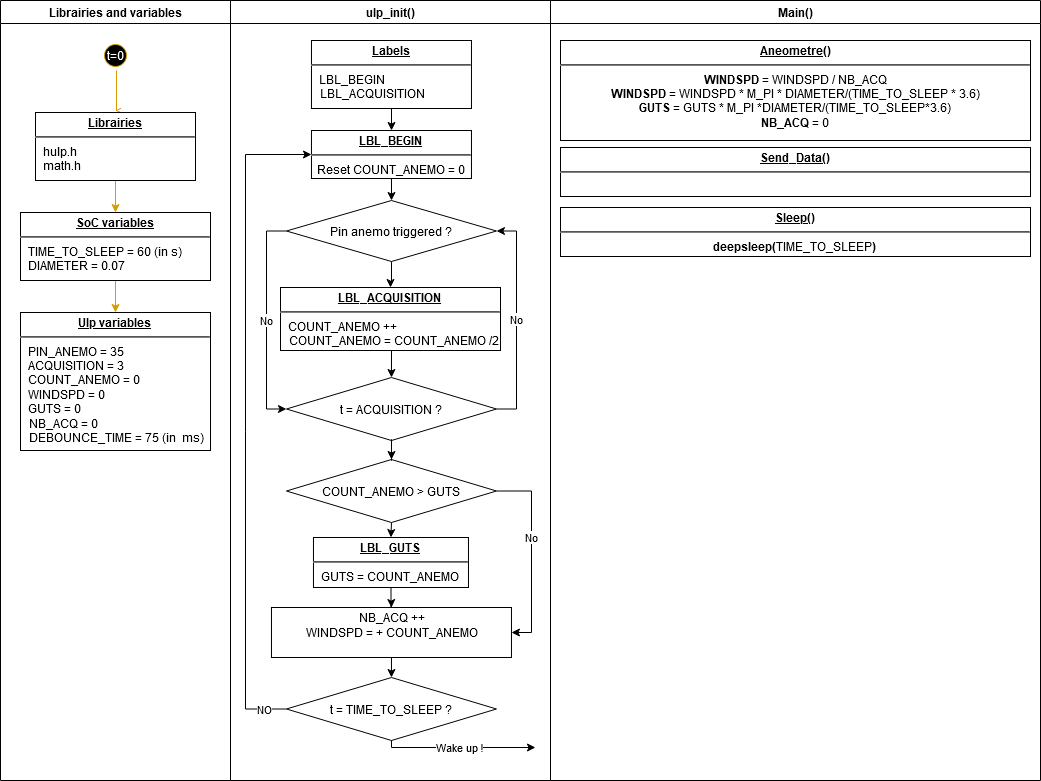
This is Anemometer_Diagram.png from laguill/Rain-gauge-ulp-esp32, a draw.io export, as it was before one commit. Source tidied: cells renumbered, new cells last; positions are measured from the earlier drawing's top-left corner, leaving out a move shared by most shapes.
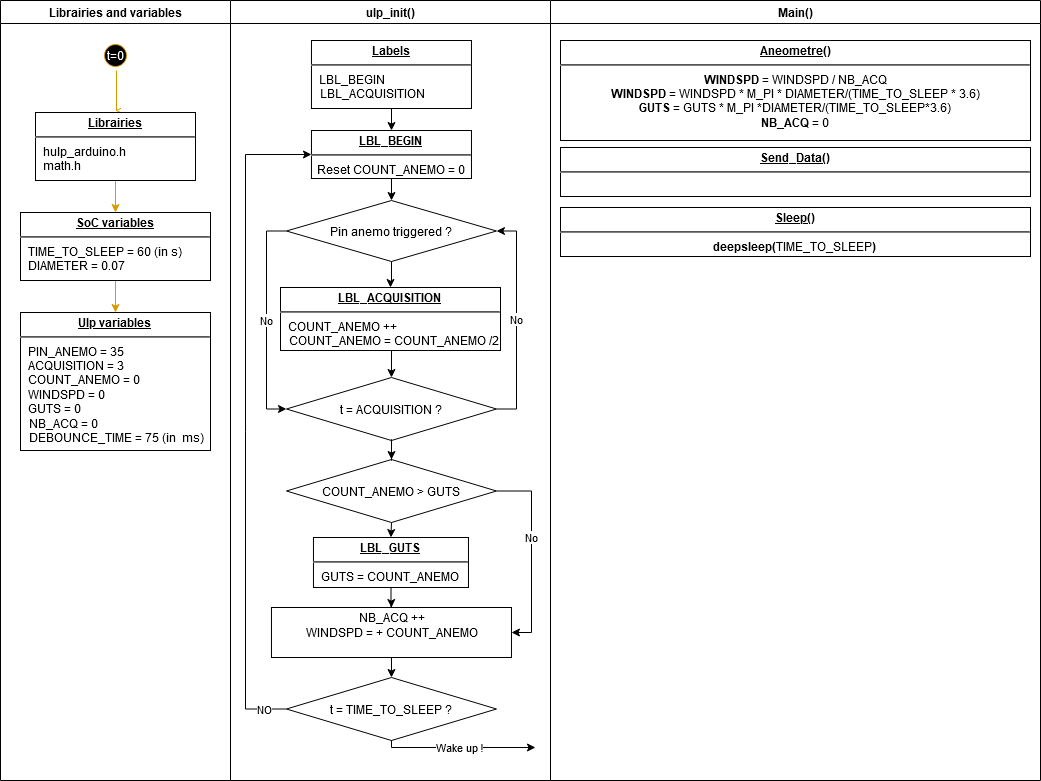
Later version of the same file.

The edit, as a diff of the source:
```diff
@@ -16,7 +16,7 @@
     <mxCell id="5" style="edgeStyle=orthogonalEdgeStyle;rounded=0;jettySize=auto;html=1;exitX=0.5;exitY=1;exitDx=0;exitDy=0;entryX=0.5;entryY=0;entryDx=0;entryDy=0;fontColor=#FFFFFF;fillColor=#ffe6cc;strokeColor=#D79B00;" parent="2" edge="1" source="6" target="8">
       <mxGeometry relative="1" as="geometry" />
     </mxCell>
-    <mxCell id="6" value="&lt;p style=&quot;margin: 0px ; margin-top: 4px ; text-align: center ; text-decoration: underline&quot;&gt;&lt;b&gt;Librairies&lt;/b&gt;&lt;br&gt;&lt;/p&gt;&lt;hr&gt;&lt;p style=&quot;margin: 0px ; margin-left: 8px&quot;&gt;hulp.h&lt;/p&gt;&lt;p style=&quot;margin: 0px ; margin-left: 8px&quot;&gt;math.h&lt;br&gt;&lt;/p&gt;&lt;p style=&quot;margin: 0px ; margin-left: 8px&quot;&gt;&lt;br&gt;&lt;/p&gt;" style="verticalAlign=top;align=left;overflow=fill;fontSize=12;fontFamily=Helvetica;html=1;" parent="2" vertex="1">
+    <mxCell id="6" value="&lt;p style=&quot;margin: 0px ; margin-top: 4px ; text-align: center ; text-decoration: underline&quot;&gt;&lt;b&gt;Librairies&lt;/b&gt;&lt;br&gt;&lt;/p&gt;&lt;hr&gt;&lt;p style=&quot;margin: 0px ; margin-left: 8px&quot;&gt;hulp_arduino.h&lt;/p&gt;&lt;p style=&quot;margin: 0px ; margin-left: 8px&quot;&gt;math.h&lt;br&gt;&lt;/p&gt;&lt;p style=&quot;margin: 0px ; margin-left: 8px&quot;&gt;&lt;br&gt;&lt;/p&gt;" style="verticalAlign=top;align=left;overflow=fill;fontSize=12;fontFamily=Helvetica;html=1;" parent="2" vertex="1">
       <mxGeometry x="35" y="112" width="160" height="68" as="geometry" />
     </mxCell>
     <mxCell id="7" style="edgeStyle=orthogonalEdgeStyle;rounded=0;jettySize=auto;html=1;exitX=0.5;exitY=1;exitDx=0;exitDy=0;strokeColor=#D79B00;fontColor=#FFFFFF;" parent="2" edge="1" source="8" target="9">
```
